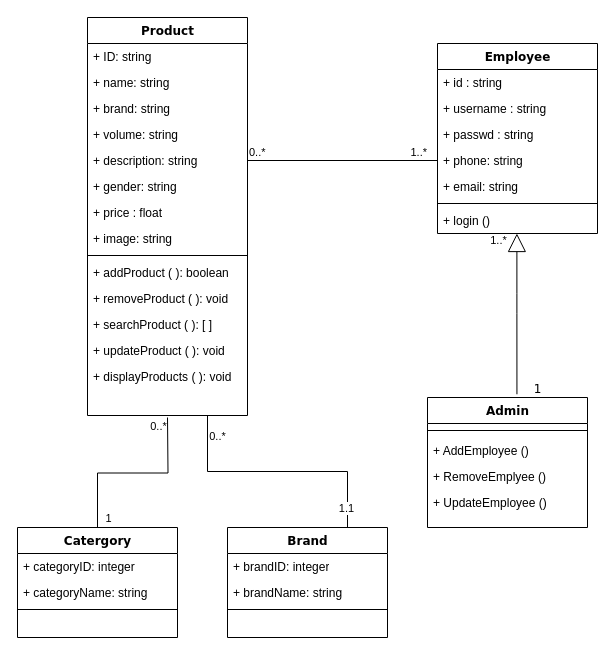
Above: UML/class diagram.drawio in hamza-at-youcode/Brief4-parfume.art (draw.io), before the change. Source tidied: cells renumbered, new cells numbered last; positions are measured from the earlier drawing's top-left corner, leaving out a move shared by most shapes. Both pictures are drawn from the tidied source at 100%, with x=0, y=0 at pixel (17, 17).
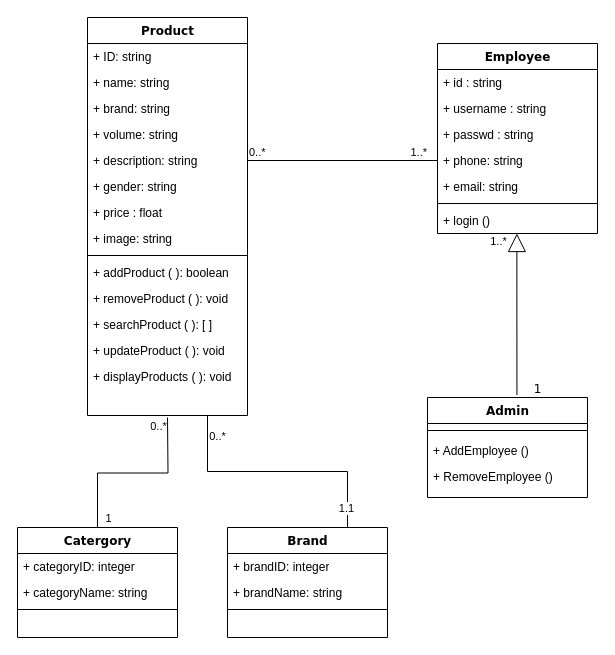
The same diagram, later.

Diff of the diagram source:
```diff
@@
     <mxCell id="35" value="Admin" style="swimlane;html=1;fontStyle=1;align=center;verticalAlign=top;horizontal=1;startSize=26;swimlaneFillColor=#ffffff;rounded=0;shadow=0;comic=0;labelBackgroundColor=none;strokeWidth=1;fillColor=none;fontFamily=Verdana;fontSize=12;" parent="1" vertex="1">
-      <mxGeometry x="410" y="380" width="160" height="130" as="geometry" />
+      <mxGeometry x="410" y="380" width="160" height="100" as="geometry" />
     </mxCell>
@@
-    <mxCell id="38" value="+ RemoveEmplyee ()" style="text;html=1;strokeColor=none;fillColor=none;align=left;verticalAlign=top;spacingLeft=4;spacingRight=4;whiteSpace=wrap;overflow=hidden;" parent="35" vertex="1">
+    <mxCell id="38" value="+ RemoveEmployee ()" style="text;html=1;strokeColor=none;fillColor=none;align=left;verticalAlign=top;spacingLeft=4;spacingRight=4;whiteSpace=wrap;overflow=hidden;" parent="35" vertex="1">
       <mxGeometry y="66" width="160" height="26" as="geometry" />
     </mxCell>
-    <mxCell id="39" value="+ UpdateEmployee ()" style="text;html=1;strokeColor=none;fillColor=none;align=left;verticalAlign=top;spacingLeft=4;spacingRight=4;whiteSpace=wrap;overflow=hidden;" parent="35" vertex="1">
-      <mxGeometry y="92" width="160" height="26" as="geometry" />
-    </mxCell>
```
